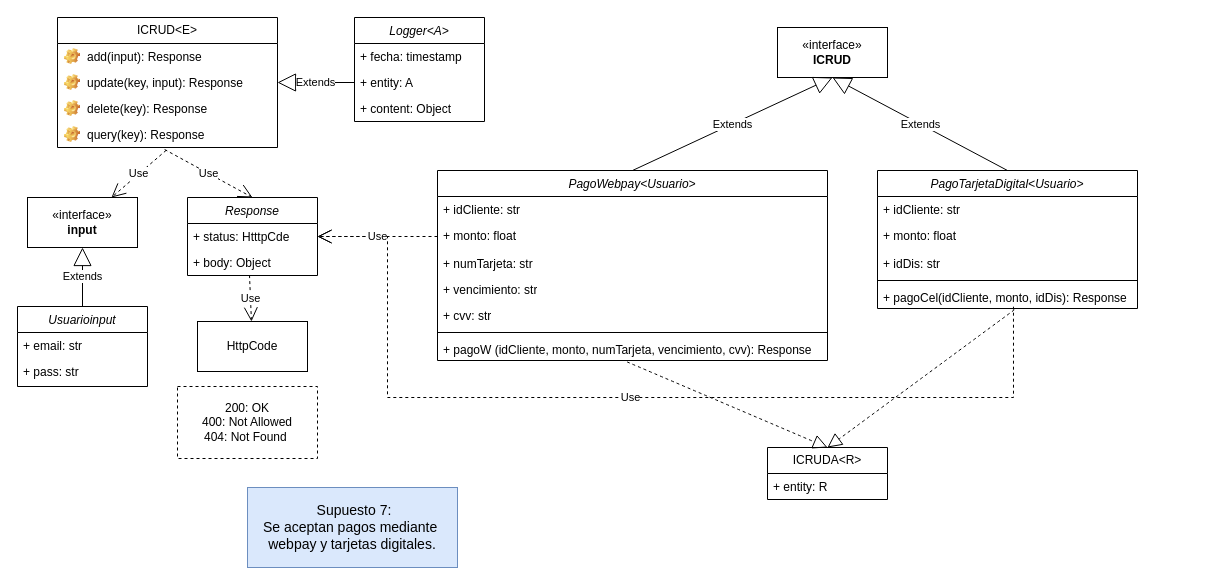
This is Front-End_Sprint/Diagrama Supuesto7.drawio from Giggin-html/dwm4, a draw.io file, before an edit. Source tidied: cells renumbered, new cells numbered last; positions are measured from the earlier drawing's top-left corner, leaving out a move shared by most shapes. Both pictures are drawn from the tidied source at 100%, with x=0, y=0 at pixel (17, 17).
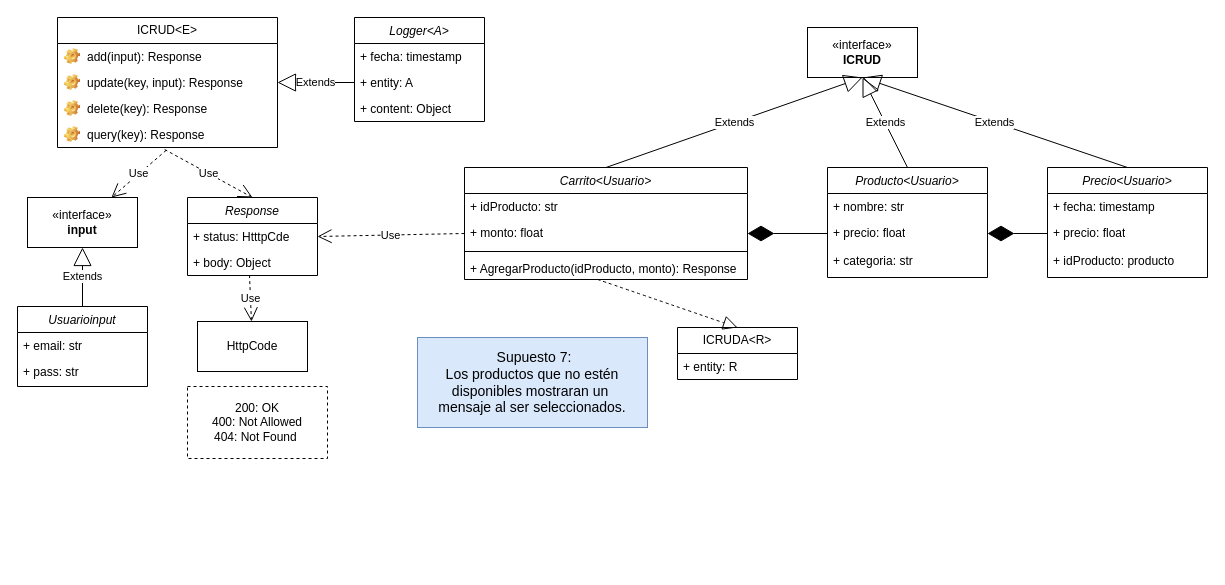
Above is the later version.

Unchanged cells that the change refers to:
```xml
<mxCell id="20" value="+ status: HtttpCde" style="text;strokeColor=none;fillColor=none;align=left;verticalAlign=top;spacingLeft=4;spacingRight=4;overflow=hidden;points=[[0,0.5],[1,0.5]];portConstraint=eastwest;whiteSpace=wrap;html=1;" parent="19" vertex="1">
  <mxGeometry y="26" width="130" height="26" as="geometry" />
</mxCell>
```

The edit, as a diff of the source:
```diff
@@
-    <mxCell id="2" value="PagoTarjetaDigital&lt;Usuario&gt;" style="swimlane;fontStyle=2;align=center;verticalAlign=top;horizontal=1;startSize=26;rounded=0;shadow=0;strokeWidth=1;" parent="1" vertex="1">
-      <mxGeometry x="860" y="153" width="260" height="138" as="geometry" />
-    </mxCell>
-    <mxCell id="3" value="+ idCliente: str" style="text;strokeColor=none;fillColor=none;align=left;verticalAlign=top;spacingLeft=4;spacingRight=4;overflow=hidden;whiteSpace=wrap;html=1;" parent="2" vertex="1">
-      <mxGeometry y="26" width="260" height="26" as="geometry" />
-    </mxCell>
-    <mxCell id="4" value="+ monto: float" style="text;strokeColor=none;fillColor=none;align=left;verticalAlign=top;spacingLeft=4;spacingRight=4;overflow=hidden;whiteSpace=wrap;html=1;" parent="2" vertex="1">
-      <mxGeometry y="52" width="260" height="28" as="geometry" />
-    </mxCell>
-    <mxCell id="5" value="+ idDis: str" style="text;strokeColor=none;fillColor=none;align=left;verticalAlign=top;spacingLeft=4;spacingRight=4;overflow=hidden;whiteSpace=wrap;html=1;" parent="2" vertex="1">
-      <mxGeometry y="80" width="260" height="26" as="geometry" />
-    </mxCell>
-    <mxCell id="6" style="line;html=1;strokeWidth=1;align=left;verticalAlign=middle;spacingTop=-1;spacingLeft=3;spacingRight=3;labelPosition=right;" parent="2" vertex="1">
-      <mxGeometry y="106" width="260" height="8" as="geometry" />
-    </mxCell>
-    <mxCell id="7" value="+ pagoCel(idCliente, monto, idDis): Response" style="text;strokeColor=none;fillColor=none;align=left;verticalAlign=top;spacingLeft=4;spacingRight=4;overflow=hidden;points=[[0,0.5],[1,0.5]];portConstraint=eastwest;whiteSpace=wrap;html=1;" parent="2" vertex="1">
-      <mxGeometry y="114" width="260" height="24" as="geometry" />
-    </mxCell>
+    <mxCell id="28" value="&lt;font style=&quot;font-size: 14px;&quot;&gt;&amp;nbsp;Supuesto 7:&lt;/font&gt;&lt;div&gt;&lt;div&gt;&lt;font style=&quot;font-size: 14px;&quot;&gt;Los productos que no estén disponibles mostraran un&amp;nbsp;&lt;/font&gt;&lt;/div&gt;&lt;div&gt;&lt;font style=&quot;font-size: 14px;&quot;&gt;mensaje al ser seleccionados.&lt;/font&gt;&lt;/div&gt;&lt;/div&gt;" style="html=1;whiteSpace=wrap;fillColor=#dae8fc;strokeColor=#6c8ebf;" parent="1" vertex="1">
+      <mxGeometry x="400" y="320" width="230" height="90" as="geometry" />
+    </mxCell>
+    <mxCell id="50" value="Carrito&lt;Usuario&gt;" style="swimlane;fontStyle=2;align=center;verticalAlign=top;horizontal=1;startSize=26;rounded=0;shadow=0;strokeWidth=1;" parent="1" vertex="1">
+      <mxGeometry x="447" y="150" width="283" height="112" as="geometry" />
+    </mxCell>
+    <mxCell id="51" value="+ idProducto: str" style="text;strokeColor=none;fillColor=none;align=left;verticalAlign=top;spacingLeft=4;spacingRight=4;overflow=hidden;whiteSpace=wrap;html=1;" parent="50" vertex="1">
+      <mxGeometry y="26" width="283" height="26" as="geometry" />
+    </mxCell>
+    <mxCell id="52" value="+ monto: float" style="text;strokeColor=none;fillColor=none;align=left;verticalAlign=top;spacingLeft=4;spacingRight=4;overflow=hidden;points=[[0,0.5],[1,0.5]];portConstraint=eastwest;whiteSpace=wrap;html=1;" parent="50" vertex="1">
+      <mxGeometry y="52" width="283" height="28" as="geometry" />
+    </mxCell>
+    <mxCell id="53" style="line;html=1;strokeWidth=1;align=left;verticalAlign=middle;spacingTop=-1;spacingLeft=3;spacingRight=3;labelPosition=right;" parent="50" vertex="1">
+      <mxGeometry y="80" width="283" height="8" as="geometry" />
+    </mxCell>
+    <mxCell id="54" value="+ AgregarProducto(idProducto, monto): Response" style="text;strokeColor=none;fillColor=none;align=left;verticalAlign=top;spacingLeft=4;spacingRight=4;overflow=hidden;points=[[0,0.5],[1,0.5]];portConstraint=eastwest;whiteSpace=wrap;html=1;" parent="50" vertex="1">
+      <mxGeometry y="88" width="283" height="24" as="geometry" />
+    </mxCell>
@@
     <mxCell id="25" value="«interface»&lt;br&gt;&lt;b&gt;ICRUD&lt;/b&gt;" style="html=1;whiteSpace=wrap;" parent="1" vertex="1">
-      <mxGeometry x="760" y="10" width="110" height="50" as="geometry" />
+      <mxGeometry x="790" y="10" width="110" height="50" as="geometry" />
     </mxCell>
-    <mxCell id="26" value="Extends" style="endArrow=block;endSize=16;endFill=0;html=1;rounded=0;exitX=0.5;exitY=0;exitDx=0;exitDy=0;entryX=0.5;entryY=1;entryDx=0;entryDy=0;" parent="1" edge="1" source="2" target="25">
-      <mxGeometry relative="1" as="geometry" />
-    </mxCell>
-    <mxCell id="27" value="Use" style="endArrow=open;endSize=12;dashed=1;html=1;rounded=0;entryX=1;entryY=0.5;entryDx=0;entryDy=0;exitX=0.523;exitY=0.925;exitDx=0;exitDy=0;exitPerimeter=0;" parent="1" edge="1" source="7" target="20">
-      <mxGeometry relative="1" as="geometry">
-        <Array as="points">
-          <mxPoint x="996" y="380" />
-          <mxPoint x="370" y="380" />
-          <mxPoint x="370" y="219" />
-        </Array>
-      </mxGeometry>
-    </mxCell>
-    <mxCell id="28" value="&lt;font style=&quot;font-size: 14px;&quot;&gt;&amp;nbsp;Supuesto 7:&lt;/font&gt;&lt;div&gt;&lt;font style=&quot;font-size: 14px;&quot;&gt;Se aceptan pagos mediante&amp;nbsp;&lt;/font&gt;&lt;/div&gt;&lt;div&gt;&lt;font style=&quot;font-size: 14px;&quot;&gt;webpay y&lt;/font&gt; &lt;font style=&quot;font-size: 14px;&quot;&gt;tarjetas digitales.&lt;/font&gt;&lt;/div&gt;" style="html=1;whiteSpace=wrap;fillColor=#dae8fc;strokeColor=#6c8ebf;" parent="1" vertex="1">
-      <mxGeometry x="230" y="470" width="210" height="80" as="geometry" />
-    </mxCell>
     <mxCell id="29" value="200: OK&lt;div&gt;400: Not Allowed&lt;/div&gt;&lt;div&gt;&lt;div&gt;404: Not Found&amp;nbsp;&lt;/div&gt;&lt;/div&gt;" style="html=1;whiteSpace=wrap;dashed=1;" parent="1" vertex="1">
-      <mxGeometry x="160" y="369" width="140" height="72" as="geometry" />
+      <mxGeometry x="170" y="369" width="140" height="72" as="geometry" />
     </mxCell>
@@
-    <mxCell id="35" value="PagoWebpay&lt;Usuario&gt;" style="swimlane;fontStyle=2;align=center;verticalAlign=top;horizontal=1;startSize=26;rounded=0;shadow=0;strokeWidth=1;" parent="1" vertex="1">
-      <mxGeometry x="420" y="153" width="390" height="190" as="geometry" />
-    </mxCell>
-    <mxCell id="36" value="+ idCliente: str" style="text;strokeColor=none;fillColor=none;align=left;verticalAlign=top;spacingLeft=4;spacingRight=4;overflow=hidden;whiteSpace=wrap;html=1;" parent="35" vertex="1">
-      <mxGeometry y="26" width="390" height="26" as="geometry" />
-    </mxCell>
-    <mxCell id="37" value="+ monto: float" style="text;strokeColor=none;fillColor=none;align=left;verticalAlign=top;spacingLeft=4;spacingRight=4;overflow=hidden;points=[[0,0.5],[1,0.5]];portConstraint=eastwest;whiteSpace=wrap;html=1;" parent="35" vertex="1">
-      <mxGeometry y="52" width="390" height="28" as="geometry" />
-    </mxCell>
-    <mxCell id="38" value="+ numTarjeta: str" style="text;strokeColor=none;fillColor=none;align=left;verticalAlign=top;spacingLeft=4;spacingRight=4;overflow=hidden;whiteSpace=wrap;html=1;" parent="35" vertex="1">
-      <mxGeometry y="80" width="390" height="26" as="geometry" />
-    </mxCell>
-    <mxCell id="39" value="+ vencimiento: str" style="text;strokeColor=none;fillColor=none;align=left;verticalAlign=top;spacingLeft=4;spacingRight=4;overflow=hidden;whiteSpace=wrap;html=1;" parent="35" vertex="1">
-      <mxGeometry y="106" width="390" height="26" as="geometry" />
-    </mxCell>
-    <mxCell id="40" value="+ cvv: str" style="text;strokeColor=none;fillColor=none;align=left;verticalAlign=top;spacingLeft=4;spacingRight=4;overflow=hidden;whiteSpace=wrap;html=1;" parent="35" vertex="1">
-      <mxGeometry y="132" width="390" height="26" as="geometry" />
-    </mxCell>
-    <mxCell id="41" style="line;html=1;strokeWidth=1;align=left;verticalAlign=middle;spacingTop=-1;spacingLeft=3;spacingRight=3;labelPosition=right;" parent="35" vertex="1">
-      <mxGeometry y="158" width="390" height="8" as="geometry" />
-    </mxCell>
-    <mxCell id="42" value="+ pagoW (idCliente, monto, numTarjeta, vencimiento, cvv): Response" style="text;strokeColor=none;fillColor=none;align=left;verticalAlign=top;spacingLeft=4;spacingRight=4;overflow=hidden;points=[[0,0.5],[1,0.5]];portConstraint=eastwest;whiteSpace=wrap;html=1;" parent="35" vertex="1">
-      <mxGeometry y="166" width="390" height="24" as="geometry" />
-    </mxCell>
-    <mxCell id="43" value="Use" style="endArrow=open;endSize=12;dashed=1;html=1;rounded=0;entryX=1;entryY=0.5;entryDx=0;entryDy=0;exitX=0;exitY=0.5;exitDx=0;exitDy=0;" parent="1" edge="1" source="37" target="20">
+    <mxCell id="43" value="Use" style="endArrow=open;endSize=12;dashed=1;html=1;rounded=0;entryX=1;entryY=0.5;entryDx=0;entryDy=0;exitX=0;exitY=0.5;exitDx=0;exitDy=0;" parent="1" edge="1" source="52" target="20">
       <mxGeometry relative="1" as="geometry" />
     </mxCell>
-    <mxCell id="44" value="Extends" style="endArrow=block;endSize=16;endFill=0;html=1;rounded=0;exitX=0.5;exitY=0;exitDx=0;exitDy=0;entryX=0.5;entryY=1;entryDx=0;entryDy=0;" parent="1" edge="1" source="35" target="25">
-      <mxGeometry relative="1" as="geometry" />
-    </mxCell>
-    <mxCell id="45" style="edgeStyle=none;curved=1;rounded=0;orthogonalLoop=1;jettySize=auto;html=1;exitX=0.75;exitY=0;exitDx=0;exitDy=0;fontSize=12;startSize=8;endSize=8;" parent="1" edge="1">
-      <mxGeometry relative="1" as="geometry">
-        <mxPoint x="1103.2" y="289" as="sourcePoint" />
-        <mxPoint x="1103.2" y="289" as="targetPoint" />
-      </mxGeometry>
-    </mxCell>
+    <mxCell id="55" value="Extends" style="endArrow=block;endSize=16;endFill=0;html=1;rounded=0;exitX=0.5;exitY=0;exitDx=0;exitDy=0;entryX=0.5;entryY=1;entryDx=0;entryDy=0;" parent="1" edge="1" source="50" target="25">
+      <mxGeometry relative="1" as="geometry" />
+    </mxCell>
+    <mxCell id="56" style="edgeStyle=none;curved=1;rounded=0;orthogonalLoop=1;jettySize=auto;html=1;exitX=0.75;exitY=0;exitDx=0;exitDy=0;fontSize=12;startSize=8;endSize=8;" parent="1" edge="1">
+      <mxGeometry relative="1" as="geometry">
+        <mxPoint x="1103.2" y="289" as="sourcePoint" />
+        <mxPoint x="1103.2" y="289" as="targetPoint" />
+      </mxGeometry>
+    </mxCell>
     <mxCell id="46" value="ICRUDA&amp;lt;R&amp;gt;" style="swimlane;fontStyle=0;horizontal=1;startSize=26;fillColor=none;whiteSpace=wrap;html=1;" parent="1" vertex="1">
-      <mxGeometry x="750" y="430" width="120" height="52" as="geometry" />
+      <mxGeometry x="660" y="310" width="120" height="52" as="geometry" />
     </mxCell>
@@
-    <mxCell id="48" style="endArrow=block;dashed=1;endFill=0;endSize=12;html=1;rounded=0;fontSize=12;curved=1;exitX=0.526;exitY=1.058;exitDx=0;exitDy=0;entryX=0.5;entryY=0;entryDx=0;entryDy=0;exitPerimeter=0;" parent="1" edge="1" source="7" target="46">
-      <mxGeometry relative="1" as="geometry" />
-    </mxCell>
-    <mxCell id="49" style="endArrow=block;dashed=1;endFill=0;endSize=12;html=1;rounded=0;fontSize=12;curved=1;entryX=0.5;entryY=0;entryDx=0;entryDy=0;exitX=0.486;exitY=1.058;exitDx=0;exitDy=0;exitPerimeter=0;" parent="1" edge="1" source="42" target="46">
-      <mxGeometry relative="1" as="geometry" />
-    </mxCell>
+    <mxCell id="57" style="endArrow=block;dashed=1;endFill=0;endSize=12;html=1;rounded=0;fontSize=12;curved=1;entryX=0.5;entryY=0;entryDx=0;entryDy=0;exitX=0.471;exitY=1;exitDx=0;exitDy=0;exitPerimeter=0;" parent="1" edge="1" source="54" target="46">
+      <mxGeometry relative="1" as="geometry" />
+    </mxCell>
+    <mxCell id="58" value="Producto&lt;Usuario&gt;" style="swimlane;fontStyle=2;align=center;verticalAlign=top;horizontal=1;startSize=26;rounded=0;shadow=0;strokeWidth=1;" parent="1" vertex="1">
+      <mxGeometry x="810" y="150" width="160" height="110" as="geometry" />
+    </mxCell>
+    <mxCell id="59" value="+ nombre: str" style="text;strokeColor=none;fillColor=none;align=left;verticalAlign=top;spacingLeft=4;spacingRight=4;overflow=hidden;whiteSpace=wrap;html=1;" parent="58" vertex="1">
+      <mxGeometry y="26" width="160" height="26" as="geometry" />
+    </mxCell>
+    <mxCell id="60" value="+ precio: float" style="text;strokeColor=none;fillColor=none;align=left;verticalAlign=top;spacingLeft=4;spacingRight=4;overflow=hidden;points=[[0,0.5],[1,0.5]];portConstraint=eastwest;whiteSpace=wrap;html=1;" parent="58" vertex="1">
+      <mxGeometry y="52" width="160" height="28" as="geometry" />
+    </mxCell>
+    <mxCell id="61" value="+ categoria: str" style="text;strokeColor=none;fillColor=none;align=left;verticalAlign=top;spacingLeft=4;spacingRight=4;overflow=hidden;whiteSpace=wrap;html=1;" parent="58" vertex="1">
+      <mxGeometry y="80" width="160" height="26" as="geometry" />
+    </mxCell>
+    <mxCell id="62" value="Precio&lt;Usuario&gt;" style="swimlane;fontStyle=2;align=center;verticalAlign=top;horizontal=1;startSize=26;rounded=0;shadow=0;strokeWidth=1;" parent="1" vertex="1">
+      <mxGeometry x="1030" y="150" width="160" height="110" as="geometry" />
+    </mxCell>
+    <mxCell id="63" value="+ fecha: timestamp" style="text;strokeColor=none;fillColor=none;align=left;verticalAlign=top;spacingLeft=4;spacingRight=4;overflow=hidden;whiteSpace=wrap;html=1;" parent="62" vertex="1">
+      <mxGeometry y="26" width="160" height="26" as="geometry" />
+    </mxCell>
+    <mxCell id="64" value="+ precio: float" style="text;strokeColor=none;fillColor=none;align=left;verticalAlign=top;spacingLeft=4;spacingRight=4;overflow=hidden;points=[[0,0.5],[1,0.5]];portConstraint=eastwest;whiteSpace=wrap;html=1;" parent="62" vertex="1">
+      <mxGeometry y="52" width="160" height="28" as="geometry" />
+    </mxCell>
+    <mxCell id="65" value="+ idProducto: producto" style="text;strokeColor=none;fillColor=none;align=left;verticalAlign=top;spacingLeft=4;spacingRight=4;overflow=hidden;whiteSpace=wrap;html=1;" parent="62" vertex="1">
+      <mxGeometry y="80" width="160" height="26" as="geometry" />
+    </mxCell>
+    <mxCell id="66" style="endArrow=diamondThin;endFill=1;endSize=24;html=1;rounded=0;entryX=1;entryY=0.5;entryDx=0;entryDy=0;exitX=0;exitY=0.5;exitDx=0;exitDy=0;" parent="1" edge="1" source="60" target="52">
+      <mxGeometry relative="1" as="geometry" />
+    </mxCell>
+    <mxCell id="67" style="endArrow=diamondThin;endFill=1;endSize=24;html=1;rounded=0;entryX=1;entryY=0.5;entryDx=0;entryDy=0;exitX=0;exitY=0.5;exitDx=0;exitDy=0;" parent="1" edge="1" source="64" target="60">
+      <mxGeometry relative="1" as="geometry" />
+    </mxCell>
+    <mxCell id="68" value="Extends" style="endArrow=block;endSize=16;endFill=0;html=1;rounded=0;exitX=0.5;exitY=0;exitDx=0;exitDy=0;entryX=0.5;entryY=1;entryDx=0;entryDy=0;" parent="1" edge="1" source="58" target="25">
+      <mxGeometry relative="1" as="geometry" />
+    </mxCell>
+    <mxCell id="69" value="Extends" style="endArrow=block;endSize=16;endFill=0;html=1;rounded=0;exitX=0.5;exitY=0;exitDx=0;exitDy=0;entryX=0.5;entryY=1;entryDx=0;entryDy=0;" parent="1" edge="1" source="62" target="25">
+      <mxGeometry relative="1" as="geometry" />
+    </mxCell>
```
